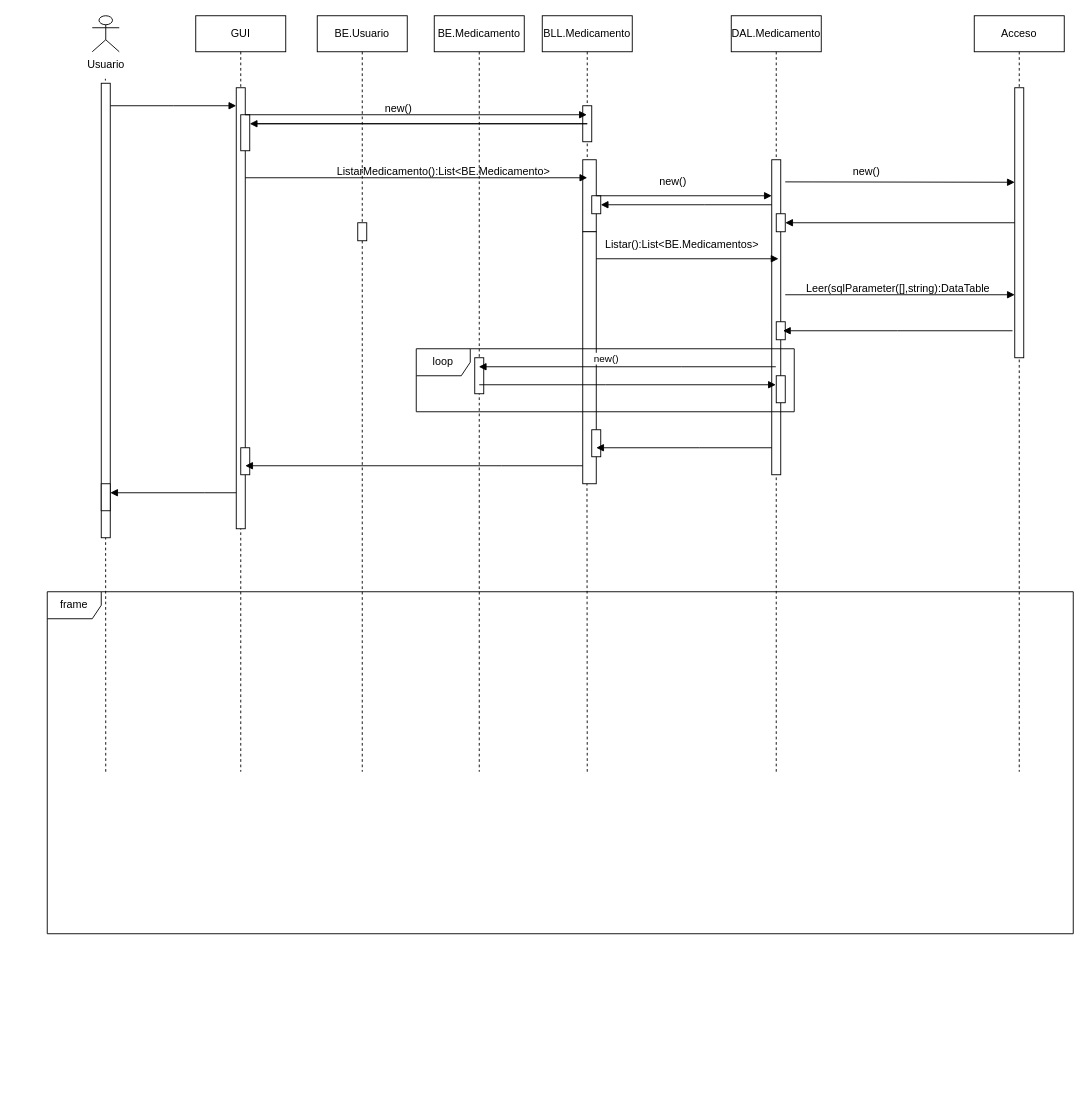
Above: DS Venta Recetas 2p AyDSIII .drawio in phoenix1179/BD (draw.io), before the change. Source tidied: cells renumbered, new cells numbered last; positions are measured from the earlier drawing's top-left corner, leaving out a move shared by most shapes. Both pictures are drawn from the tidied source at 90%, with x=0, y=0 at pixel (47, 15).
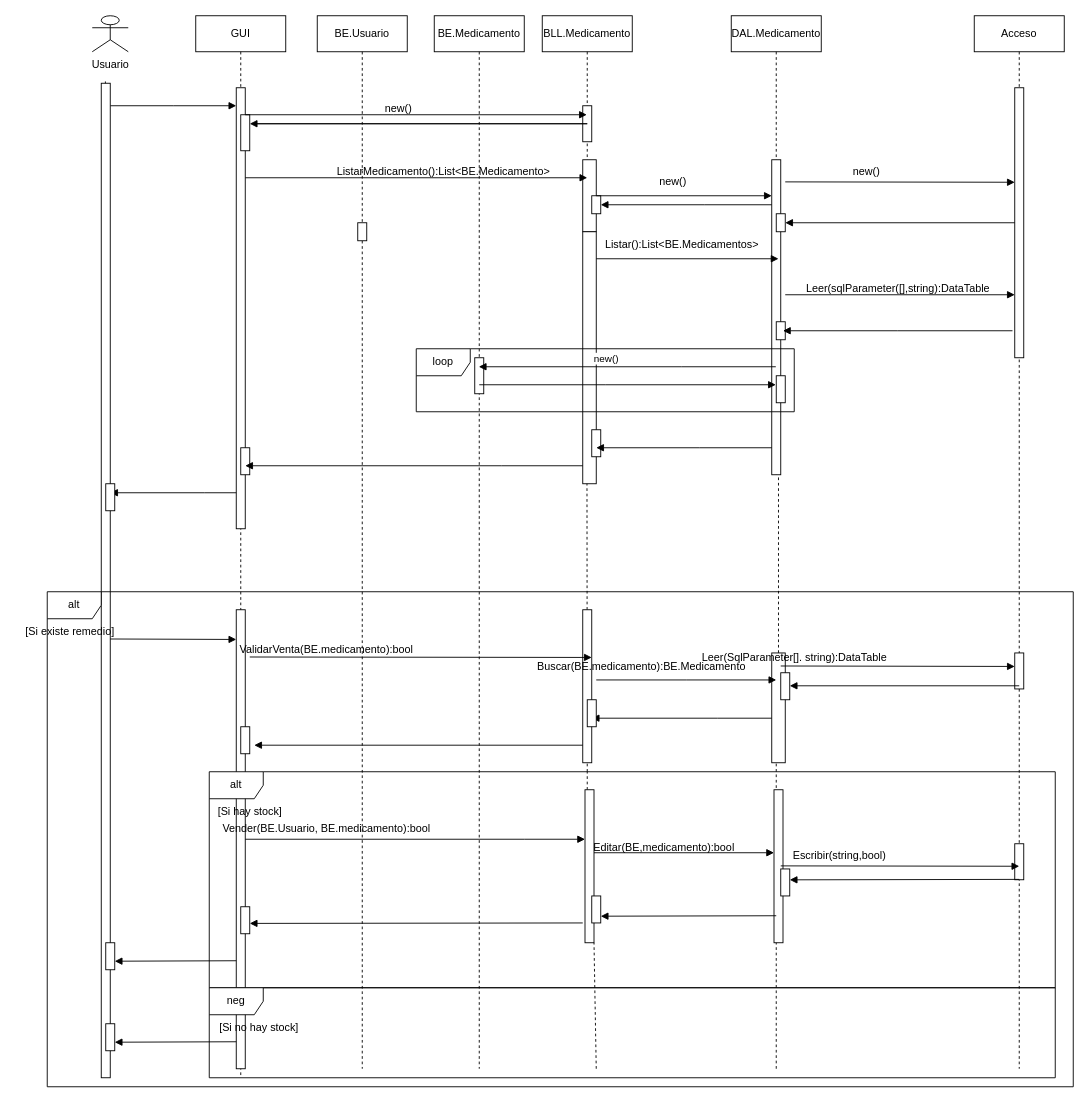
The same diagram, later.

The change refers to these unchanged cells:
```xml
<mxCell id="20" style="html=1;points=[];perimeter=orthogonalPerimeter;outlineConnect=0;targetShapes=umlLifeline;portConstraint=eastwest;newEdgeStyle={&quot;edgeStyle&quot;:&quot;elbowEdgeStyle&quot;,&quot;elbow&quot;:&quot;vertical&quot;,&quot;curved&quot;:0,&quot;rounded&quot;:0};" parent="19" vertex="1">
  <mxGeometry x="45" y="160" width="10" height="350" as="geometry" />
</mxCell>
```

The edit, as a diff of the source:
```diff
@@
     <mxCell id="2" value="GUI" style="shape=umlLifeline;perimeter=lifelinePerimeter;whiteSpace=wrap;html=1;newEdgeStyle={&quot;edgeStyle&quot;:&quot;elbowEdgeStyle&quot;,&quot;elbow&quot;:&quot;vertical&quot;,&quot;curved&quot;:0,&quot;rounded&quot;:0};" parent="1" vertex="1">
-      <mxGeometry x="165" width="100" height="840" as="geometry" />
+      <mxGeometry x="165" width="100" height="1180" as="geometry" />
     </mxCell>
@@
     <mxCell id="6" value="BE.Usuario" style="shape=umlLifeline;perimeter=lifelinePerimeter;whiteSpace=wrap;html=1;newEdgeStyle={&quot;edgeStyle&quot;:&quot;elbowEdgeStyle&quot;,&quot;elbow&quot;:&quot;vertical&quot;,&quot;curved&quot;:0,&quot;rounded&quot;:0};" parent="1" vertex="1">
-      <mxGeometry x="300" width="100" height="840" as="geometry" />
+      <mxGeometry x="300" width="100" height="1170" as="geometry" />
     </mxCell>
@@
     <mxCell id="8" value="BE.Medicamento" style="shape=umlLifeline;perimeter=lifelinePerimeter;whiteSpace=wrap;html=1;outlineConnect=0;portConstraint=eastwest;newEdgeStyle={&quot;edgeStyle&quot;:&quot;elbowEdgeStyle&quot;,&quot;elbow&quot;:&quot;vertical&quot;,&quot;curved&quot;:0,&quot;rounded&quot;:0};" parent="1" vertex="1">
-      <mxGeometry x="430" width="100" height="840" as="geometry" />
+      <mxGeometry x="430" width="100" height="1170" as="geometry" />
     </mxCell>
@@
     <mxCell id="16" value="Usuario&lt;br&gt;" style="shape=umlActor;verticalLabelPosition=bottom;verticalAlign=top;html=1;" parent="1" vertex="1">
-      <mxGeometry x="50" width="30" height="40" as="geometry" />
+      <mxGeometry x="50" width="40" height="40" as="geometry" />
     </mxCell>
@@
     <mxCell id="18" style="endArrow=none;dashed=1;html=1;rounded=0;" parent="1" edge="1">
       <mxGeometry relative="1" as="geometry">
-        <mxPoint x="65" y="840" as="sourcePoint" />
+        <mxPoint x="65" y="1060" as="sourcePoint" />
         <mxPoint x="64.6" y="70" as="targetPoint" />
       </mxGeometry>
     </mxCell>
@@
     <mxCell id="24" value="Acceso" style="shape=umlLifeline;perimeter=lifelinePerimeter;whiteSpace=wrap;html=1;newEdgeStyle={&quot;edgeStyle&quot;:&quot;elbowEdgeStyle&quot;,&quot;elbow&quot;:&quot;vertical&quot;,&quot;curved&quot;:0,&quot;rounded&quot;:0};" parent="1" vertex="1">
-      <mxGeometry x="1030" width="100" height="840" as="geometry" />
+      <mxGeometry x="1030" width="100" height="1170" as="geometry" />
     </mxCell>
@@
+    <mxCell id="54" style="html=1;points=[];perimeter=orthogonalPerimeter;outlineConnect=0;targetShapes=umlLifeline;portConstraint=eastwest;newEdgeStyle={&quot;edgeStyle&quot;:&quot;elbowEdgeStyle&quot;,&quot;elbow&quot;:&quot;vertical&quot;,&quot;curved&quot;:0,&quot;rounded&quot;:0};" parent="24" vertex="1">
+      <mxGeometry x="45" y="708" width="10" height="40" as="geometry" />
+    </mxCell>
+    <mxCell id="55" style="html=1;points=[];perimeter=orthogonalPerimeter;outlineConnect=0;targetShapes=umlLifeline;portConstraint=eastwest;newEdgeStyle={&quot;edgeStyle&quot;:&quot;elbowEdgeStyle&quot;,&quot;elbow&quot;:&quot;vertical&quot;,&quot;curved&quot;:0,&quot;rounded&quot;:0};" parent="24" vertex="1">
+      <mxGeometry x="45" y="920" width="10" height="40" as="geometry" />
+    </mxCell>
@@
-    <mxCell id="39" style="endArrow=none;dashed=1;html=1;rounded=0;" parent="1" edge="1" target="20">
-      <mxGeometry relative="1" as="geometry">
-        <mxPoint x="810" y="840" as="sourcePoint" />
-      </mxGeometry>
+    <mxCell id="39" style="endArrow=none;dashed=1;html=1;rounded=0;" parent="1" edge="1" source="62" target="20">
+      <mxGeometry relative="1" as="geometry" />
     </mxCell>
@@
     <mxCell id="50" style="html=1;perimeter=orthogonalPerimeter;targetShapes=umlLifeline;newEdgeStyle={&quot;edgeStyle&quot;:&quot;elbowEdgeStyle&quot;,&quot;elbow&quot;:&quot;vertical&quot;,&quot;curved&quot;:0,&quot;rounded&quot;:0};" parent="1" vertex="1">
-      <mxGeometry x="60" y="75" width="10" height="505" as="geometry" />
+      <mxGeometry x="60" y="75" width="10" height="1105" as="geometry" />
     </mxCell>
@@
     <mxCell id="52" style="html=1;perimeter=orthogonalPerimeter;targetShapes=umlLifeline;newEdgeStyle={&quot;edgeStyle&quot;:&quot;elbowEdgeStyle&quot;,&quot;elbow&quot;:&quot;vertical&quot;,&quot;curved&quot;:0,&quot;rounded&quot;:0};" parent="1" vertex="1">
-      <mxGeometry x="60" y="520" width="10" height="30" as="geometry" />
+      <mxGeometry x="65" y="520" width="10" height="30" as="geometry" />
     </mxCell>
-    <mxCell id="53" value="frame" style="shape=umlFrame;whiteSpace=wrap;html=1;" parent="1" vertex="1">
-      <mxGeometry y="640" width="1140" height="380" as="geometry" />
+    <mxCell id="53" value="alt" style="shape=umlFrame;whiteSpace=wrap;html=1;" parent="1" vertex="1">
+      <mxGeometry y="640" width="1140" height="550" as="geometry" />
     </mxCell>
+    <mxCell id="56" value="[Si existe remedio]" style="text;html=1;align=center;verticalAlign=middle;strokeColor=none;fillColor=none;" parent="1" vertex="1">
+      <mxGeometry x="-35" y="670" width="120" height="30" as="geometry" />
+    </mxCell>
+    <mxCell id="57" style="html=1;points=[];perimeter=orthogonalPerimeter;outlineConnect=0;targetShapes=umlLifeline;portConstraint=eastwest;newEdgeStyle={&quot;edgeStyle&quot;:&quot;elbowEdgeStyle&quot;,&quot;elbow&quot;:&quot;vertical&quot;,&quot;curved&quot;:0,&quot;rounded&quot;:0};" parent="1" vertex="1">
+      <mxGeometry x="210" y="660" width="10" height="510" as="geometry" />
+    </mxCell>
+    <mxCell id="58" style="html=1;points=[];perimeter=orthogonalPerimeter;outlineConnect=0;targetShapes=umlLifeline;portConstraint=eastwest;newEdgeStyle={&quot;edgeStyle&quot;:&quot;elbowEdgeStyle&quot;,&quot;elbow&quot;:&quot;vertical&quot;,&quot;curved&quot;:0,&quot;rounded&quot;:0};" parent="1" vertex="1">
+      <mxGeometry x="595" y="660" width="10" height="170" as="geometry" />
+    </mxCell>
+    <mxCell id="59" style="html=1;verticalAlign=bottom;endArrow=block;edgeStyle=elbowEdgeStyle;elbow=vertical;curved=0;rounded=0;" parent="1" edge="1">
+      <mxGeometry relative="1" as="geometry">
+        <mxPoint x="225" y="712.5" as="sourcePoint" />
+        <mxPoint x="605" y="712.5" as="targetPoint" />
+      </mxGeometry>
+    </mxCell>
+    <mxCell id="60" value="ValidarVenta(BE.medicamento):bool" style="text;html=1;align=center;verticalAlign=middle;strokeColor=none;fillColor=none;" parent="1" vertex="1">
+      <mxGeometry x="200" y="690" width="220" height="30" as="geometry" />
+    </mxCell>
+    <mxCell id="61" style="endArrow=none;dashed=1;html=1;rounded=0;" parent="1" edge="1">
+      <mxGeometry relative="1" as="geometry">
+        <mxPoint x="810" y="1170" as="sourcePoint" />
+        <mxPoint x="810" y="780" as="targetPoint" />
+      </mxGeometry>
+    </mxCell>
+    <mxCell id="62" style="html=1;points=[];perimeter=orthogonalPerimeter;outlineConnect=0;targetShapes=umlLifeline;portConstraint=eastwest;newEdgeStyle={&quot;edgeStyle&quot;:&quot;elbowEdgeStyle&quot;,&quot;elbow&quot;:&quot;vertical&quot;,&quot;curved&quot;:0,&quot;rounded&quot;:0};" parent="1" vertex="1">
+      <mxGeometry x="805" y="708" width="15" height="122" as="geometry" />
+    </mxCell>
+    <mxCell id="63" style="html=1;verticalAlign=bottom;endArrow=block;edgeStyle=elbowEdgeStyle;elbow=vertical;curved=0;rounded=0;" parent="1" edge="1">
+      <mxGeometry relative="1" as="geometry">
+        <mxPoint x="610" y="738" as="sourcePoint" />
+        <mxPoint x="810" y="738" as="targetPoint" />
+      </mxGeometry>
+    </mxCell>
+    <mxCell id="64" value="Buscar(BE.medicamento):BE.Medicamento" style="text;html=1;align=center;verticalAlign=middle;strokeColor=none;fillColor=none;" parent="1" vertex="1">
+      <mxGeometry x="535" y="708" width="250" height="30" as="geometry" />
+    </mxCell>
+    <mxCell id="65" style="html=1;verticalAlign=bottom;endArrow=block;edgeStyle=elbowEdgeStyle;elbow=vertical;curved=0;rounded=0;" parent="1" edge="1" target="54">
+      <mxGeometry relative="1" as="geometry">
+        <mxPoint x="815" y="722.5" as="sourcePoint" />
+      </mxGeometry>
+    </mxCell>
+    <mxCell id="66" value="Leer(SqlParameter[]. string):DataTable" style="text;html=1;align=center;verticalAlign=middle;strokeColor=none;fillColor=none;" parent="1" vertex="1">
+      <mxGeometry x="715" y="698" width="230" height="30" as="geometry" />
+    </mxCell>
+    <mxCell id="67" style="html=1;points=[];perimeter=orthogonalPerimeter;outlineConnect=0;targetShapes=umlLifeline;portConstraint=eastwest;newEdgeStyle={&quot;edgeStyle&quot;:&quot;elbowEdgeStyle&quot;,&quot;elbow&quot;:&quot;vertical&quot;,&quot;curved&quot;:0,&quot;rounded&quot;:0};" parent="1" vertex="1">
+      <mxGeometry x="815" y="730" width="10" height="30" as="geometry" />
+    </mxCell>
+    <mxCell id="68" style="html=1;verticalAlign=bottom;endArrow=block;edgeStyle=elbowEdgeStyle;elbow=vertical;curved=0;rounded=0;exitX=0.5;exitY=0.912;exitDx=0;exitDy=0;exitPerimeter=0;" parent="1" edge="1" source="54" target="67">
+      <mxGeometry relative="1" as="geometry">
+        <Array as="points">
+          <mxPoint x="975" y="744.5" />
+        </Array>
+      </mxGeometry>
+    </mxCell>
+    <mxCell id="69" style="html=1;verticalAlign=bottom;endArrow=block;edgeStyle=elbowEdgeStyle;elbow=vertical;curved=0;rounded=0;" parent="1" edge="1" source="62" target="58">
+      <mxGeometry relative="1" as="geometry">
+        <Array as="points">
+          <mxPoint x="745" y="780.5" />
+        </Array>
+      </mxGeometry>
+    </mxCell>
+    <mxCell id="70" style="html=1;perimeter=orthogonalPerimeter;targetShapes=umlLifeline;newEdgeStyle={&quot;edgeStyle&quot;:&quot;elbowEdgeStyle&quot;,&quot;elbow&quot;:&quot;vertical&quot;,&quot;curved&quot;:0,&quot;rounded&quot;:0};" parent="1" vertex="1">
+      <mxGeometry x="600" y="760" width="10" height="30" as="geometry" />
+    </mxCell>
+    <mxCell id="71" style="html=1;points=[];perimeter=orthogonalPerimeter;outlineConnect=0;targetShapes=umlLifeline;portConstraint=eastwest;newEdgeStyle={&quot;edgeStyle&quot;:&quot;elbowEdgeStyle&quot;,&quot;elbow&quot;:&quot;vertical&quot;,&quot;curved&quot;:0,&quot;rounded&quot;:0};" parent="1" vertex="1">
+      <mxGeometry x="215" y="790" width="10" height="30" as="geometry" />
+    </mxCell>
+    <mxCell id="72" style="html=1;verticalAlign=bottom;endArrow=block;edgeStyle=elbowEdgeStyle;elbow=vertical;curved=0;rounded=0;entryX=1.5;entryY=0.667;entryDx=0;entryDy=0;entryPerimeter=0;" parent="1" edge="1" source="58" target="71">
+      <mxGeometry relative="1" as="geometry">
+        <Array as="points">
+          <mxPoint x="420" y="810.5" />
+        </Array>
+      </mxGeometry>
+    </mxCell>
+    <mxCell id="73" value="alt" style="shape=umlFrame;whiteSpace=wrap;html=1;" parent="1" vertex="1">
+      <mxGeometry x="180" y="840" width="940" height="240" as="geometry" />
+    </mxCell>
+    <mxCell id="74" style="html=1;verticalAlign=bottom;endArrow=block;edgeStyle=elbowEdgeStyle;elbow=vertical;curved=0;rounded=0;" parent="1" edge="1">
+      <mxGeometry relative="1" as="geometry">
+        <mxPoint x="70" y="692.5" as="sourcePoint" />
+        <mxPoint x="210" y="692.5" as="targetPoint" />
+      </mxGeometry>
+    </mxCell>
+    <mxCell id="75" value="[Si hay stock]" style="text;html=1;align=center;verticalAlign=middle;strokeColor=none;fillColor=none;" parent="1" vertex="1">
+      <mxGeometry x="180" y="870" width="90" height="30" as="geometry" />
+    </mxCell>
+    <mxCell id="76" style="endArrow=none;dashed=1;html=1;rounded=0;" parent="1" edge="1" source="79">
+      <mxGeometry relative="1" as="geometry">
+        <mxPoint x="600" y="840" as="targetPoint" />
+      </mxGeometry>
+    </mxCell>
+    <mxCell id="77" style="html=1;verticalAlign=bottom;endArrow=block;edgeStyle=elbowEdgeStyle;elbow=vertical;curved=0;rounded=0;" parent="1" edge="1" source="57" target="79">
+      <mxGeometry relative="1" as="geometry">
+        <Array as="points">
+          <mxPoint x="530" y="915" />
+        </Array>
+      </mxGeometry>
+    </mxCell>
+    <mxCell id="78" style="endArrow=none;dashed=1;html=1;rounded=0;" parent="1" edge="1" target="79">
+      <mxGeometry relative="1" as="geometry">
+        <mxPoint x="610" y="1170" as="sourcePoint" />
+      </mxGeometry>
+    </mxCell>
+    <mxCell id="79" style="html=1;points=[];perimeter=orthogonalPerimeter;outlineConnect=0;targetShapes=umlLifeline;portConstraint=eastwest;newEdgeStyle={&quot;edgeStyle&quot;:&quot;elbowEdgeStyle&quot;,&quot;elbow&quot;:&quot;vertical&quot;,&quot;curved&quot;:0,&quot;rounded&quot;:0};" parent="1" vertex="1">
+      <mxGeometry x="597.5" y="860" width="10" height="170" as="geometry" />
+    </mxCell>
+    <mxCell id="80" value="Vender(BE.Usuario, BE.medicamento):bool" style="text;html=1;align=center;verticalAlign=middle;strokeColor=none;fillColor=none;" parent="1" vertex="1">
+      <mxGeometry x="185" y="888" width="250" height="30" as="geometry" />
+    </mxCell>
+    <mxCell id="81" style="html=1;perimeter=orthogonalPerimeter;targetShapes=umlLifeline;newEdgeStyle={&quot;edgeStyle&quot;:&quot;elbowEdgeStyle&quot;,&quot;elbow&quot;:&quot;vertical&quot;,&quot;curved&quot;:0,&quot;rounded&quot;:0};" parent="1" vertex="1">
+      <mxGeometry x="807.5" y="860" width="10" height="170" as="geometry" />
+    </mxCell>
+    <mxCell id="82" style="html=1;verticalAlign=bottom;endArrow=block;edgeStyle=elbowEdgeStyle;elbow=vertical;curved=0;rounded=0;" parent="1" edge="1" source="79">
+      <mxGeometry relative="1" as="geometry">
+        <mxPoint x="807.5" y="930" as="targetPoint" />
+      </mxGeometry>
+    </mxCell>
+    <mxCell id="83" value="Editar(BE,medicamento):bool" style="text;html=1;align=center;verticalAlign=middle;strokeColor=none;fillColor=none;" parent="1" vertex="1">
+      <mxGeometry x="595" y="910" width="180" height="30" as="geometry" />
+    </mxCell>
+    <mxCell id="84" style="html=1;verticalAlign=bottom;endArrow=block;edgeStyle=elbowEdgeStyle;elbow=vertical;curved=0;rounded=0;entryX=0.5;entryY=0.614;entryDx=0;entryDy=0;entryPerimeter=0;" parent="1" edge="1" target="55">
+      <mxGeometry relative="1" as="geometry">
+        <mxPoint x="815" y="944.6" as="sourcePoint" />
+      </mxGeometry>
+    </mxCell>
+    <mxCell id="85" value="Escribir(string,bool)" style="text;html=1;align=center;verticalAlign=middle;strokeColor=none;fillColor=none;" parent="1" vertex="1">
+      <mxGeometry x="815" y="918" width="130" height="30" as="geometry" />
+    </mxCell>
+    <mxCell id="86" style="html=1;verticalAlign=bottom;endArrow=block;edgeStyle=elbowEdgeStyle;elbow=vertical;curved=0;rounded=0;exitX=0.5;exitY=0.912;exitDx=0;exitDy=0;exitPerimeter=0;" parent="1" edge="1" target="87">
+      <mxGeometry relative="1" as="geometry">
+        <mxPoint x="1080" y="959.6" as="sourcePoint" />
+        <Array as="points">
+          <mxPoint x="975" y="960.1" />
+        </Array>
+      </mxGeometry>
+    </mxCell>
+    <mxCell id="87" style="html=1;points=[];perimeter=orthogonalPerimeter;outlineConnect=0;targetShapes=umlLifeline;portConstraint=eastwest;newEdgeStyle={&quot;edgeStyle&quot;:&quot;elbowEdgeStyle&quot;,&quot;elbow&quot;:&quot;vertical&quot;,&quot;curved&quot;:0,&quot;rounded&quot;:0};" parent="1" vertex="1">
+      <mxGeometry x="815" y="948" width="10" height="30" as="geometry" />
+    </mxCell>
+    <mxCell id="88" style="html=1;verticalAlign=bottom;endArrow=block;edgeStyle=elbowEdgeStyle;elbow=vertical;curved=0;rounded=0;" parent="1" edge="1" source="90">
+      <mxGeometry relative="1" as="geometry">
+        <mxPoint x="605" y="1000.4" as="targetPoint" />
+      </mxGeometry>
+    </mxCell>
+    <mxCell id="89" style="html=1;verticalAlign=bottom;endArrow=block;edgeStyle=elbowEdgeStyle;elbow=vertical;curved=0;rounded=0;" parent="1" edge="1" target="90">
+      <mxGeometry relative="1" as="geometry">
+        <mxPoint x="810" y="1000" as="sourcePoint" />
+        <Array as="points">
+          <mxPoint x="755" y="1000.5" />
+        </Array>
+      </mxGeometry>
+    </mxCell>
+    <mxCell id="90" style="html=1;points=[];perimeter=orthogonalPerimeter;outlineConnect=0;targetShapes=umlLifeline;portConstraint=eastwest;newEdgeStyle={&quot;edgeStyle&quot;:&quot;elbowEdgeStyle&quot;,&quot;elbow&quot;:&quot;vertical&quot;,&quot;curved&quot;:0,&quot;rounded&quot;:0};" parent="1" vertex="1">
+      <mxGeometry x="605" y="978" width="10" height="30" as="geometry" />
+    </mxCell>
+    <mxCell id="91" style="html=1;verticalAlign=bottom;endArrow=block;edgeStyle=elbowEdgeStyle;elbow=vertical;curved=0;rounded=0;" parent="1" edge="1" target="92">
+      <mxGeometry relative="1" as="geometry">
+        <mxPoint x="595" y="1008" as="sourcePoint" />
+        <Array as="points">
+          <mxPoint x="540" y="1008.5" />
+        </Array>
+      </mxGeometry>
+    </mxCell>
+    <mxCell id="92" style="html=1;points=[];perimeter=orthogonalPerimeter;outlineConnect=0;targetShapes=umlLifeline;portConstraint=eastwest;newEdgeStyle={&quot;edgeStyle&quot;:&quot;elbowEdgeStyle&quot;,&quot;elbow&quot;:&quot;vertical&quot;,&quot;curved&quot;:0,&quot;rounded&quot;:0};" parent="1" vertex="1">
+      <mxGeometry x="215" y="990" width="10" height="30" as="geometry" />
+    </mxCell>
+    <mxCell id="93" style="html=1;verticalAlign=bottom;endArrow=block;edgeStyle=elbowEdgeStyle;elbow=vertical;curved=0;rounded=0;" parent="1" edge="1" target="94">
+      <mxGeometry relative="1" as="geometry">
+        <mxPoint x="210" y="1050" as="sourcePoint" />
+        <Array as="points">
+          <mxPoint x="415" y="1050.5" />
+        </Array>
+      </mxGeometry>
+    </mxCell>
+    <mxCell id="94" style="html=1;points=[];perimeter=orthogonalPerimeter;outlineConnect=0;targetShapes=umlLifeline;portConstraint=eastwest;newEdgeStyle={&quot;edgeStyle&quot;:&quot;elbowEdgeStyle&quot;,&quot;elbow&quot;:&quot;vertical&quot;,&quot;curved&quot;:0,&quot;rounded&quot;:0};" parent="1" vertex="1">
+      <mxGeometry x="65" y="1030" width="10" height="30" as="geometry" />
+    </mxCell>
+    <mxCell id="95" value="neg" style="shape=umlFrame;whiteSpace=wrap;html=1;" parent="1" vertex="1">
+      <mxGeometry x="180" y="1080" width="940" height="100" as="geometry" />
+    </mxCell>
+    <mxCell id="96" value="[Si no hay stock]" style="text;html=1;align=center;verticalAlign=middle;strokeColor=none;fillColor=none;" parent="1" vertex="1">
+      <mxGeometry x="180" y="1110" width="110" height="30" as="geometry" />
+    </mxCell>
+    <mxCell id="97" style="html=1;perimeter=orthogonalPerimeter;targetShapes=umlLifeline;newEdgeStyle={&quot;edgeStyle&quot;:&quot;elbowEdgeStyle&quot;,&quot;elbow&quot;:&quot;vertical&quot;,&quot;curved&quot;:0,&quot;rounded&quot;:0};" parent="1" vertex="1">
+      <mxGeometry x="65" y="1120" width="10" height="30" as="geometry" />
+    </mxCell>
+    <mxCell id="98" style="html=1;verticalAlign=bottom;endArrow=block;edgeStyle=elbowEdgeStyle;elbow=vertical;curved=0;rounded=0;" parent="1" edge="1">
+      <mxGeometry relative="1" as="geometry">
+        <mxPoint x="210" y="1140" as="sourcePoint" />
+        <mxPoint x="75" y="1140" as="targetPoint" />
+        <Array as="points">
+          <mxPoint x="415" y="1140.5" />
+        </Array>
+      </mxGeometry>
+    </mxCell>
```
